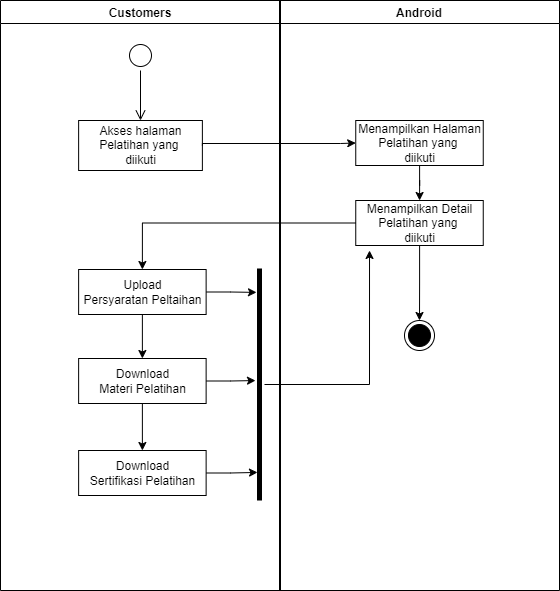
Earlier version of the draw.io export Diagram/activity_diagram/user/user pelatihan yang diikuti.drawio.png (secondline16/ptsuryasafetynusantara). Source tidied: cells renumbered, new cells last; positions are measured from the earlier drawing's top-left corner, leaving out a move shared by most shapes. Its diagram source:
```xml
<mxGraphModel>
  <root>
    <mxCell id="0" />
    <mxCell id="1" parent="0" />
    <mxCell id="2" value="Android" style="swimlane;fillColor=none;startSize=23;" parent="1" vertex="1">
      <mxGeometry x="279" width="280" height="590" as="geometry" />
    </mxCell>
    <mxCell id="3" style="edgeStyle=orthogonalEdgeStyle;rounded=0;jettySize=auto;html=1;" parent="2" edge="1" source="4" target="7">
      <mxGeometry relative="1" as="geometry" />
    </mxCell>
    <mxCell id="4" value="Menampilkan Halaman&lt;br&gt;Pelatihan yang&amp;nbsp;&lt;br&gt;diikuti" style="html=1;strokeColor=#000000;fillColor=default;" parent="2" vertex="1">
      <mxGeometry x="76.2" y="120" width="127.5" height="45" as="geometry" />
    </mxCell>
    <mxCell id="5" style="ellipse;html=1;shape=endState;fillColor=#000000;strokeColor=#000000;" parent="2" vertex="1">
      <mxGeometry x="125" y="320" width="30" height="30" as="geometry" />
    </mxCell>
    <mxCell id="6" style="edgeStyle=orthogonalEdgeStyle;rounded=0;jettySize=auto;html=1;entryX=0.5;entryY=0;entryDx=0;entryDy=0;" parent="2" edge="1" source="7" target="5">
      <mxGeometry relative="1" as="geometry" />
    </mxCell>
    <mxCell id="7" value="Menampilkan Detail&lt;br&gt;Pelatihan yang&amp;nbsp;&lt;br&gt;diikuti" style="html=1;strokeColor=#000000;fillColor=default;" parent="2" vertex="1">
      <mxGeometry x="76.2" y="200" width="127.5" height="45" as="geometry" />
    </mxCell>
    <mxCell id="8" value="Customers" style="swimlane;fillColor=none;" parent="1" vertex="1">
      <mxGeometry width="280" height="590" as="geometry" />
    </mxCell>
    <mxCell id="9" style="ellipse;html=1;shape=startState;fillColor=default;strokeColor=#000000;" parent="8" vertex="1">
      <mxGeometry x="125" y="40" width="30" height="30" as="geometry" />
    </mxCell>
    <mxCell id="10" style="edgeStyle=orthogonalEdgeStyle;html=1;verticalAlign=bottom;endArrow=open;endSize=8;strokeColor=#000000;rounded=0;" parent="8" edge="1" source="9">
      <mxGeometry relative="1" as="geometry">
        <mxPoint x="140" y="120" as="targetPoint" />
      </mxGeometry>
    </mxCell>
    <mxCell id="11" value="Akses halaman&lt;br&gt;Pelatihan yang&amp;nbsp;&lt;br&gt;diikuti" style="html=1;strokeColor=#000000;fillColor=default;" parent="8" vertex="1">
      <mxGeometry x="78.1" y="120" width="123.8" height="50" as="geometry" />
    </mxCell>
    <mxCell id="12" style="edgeStyle=orthogonalEdgeStyle;rounded=0;jettySize=auto;html=1;" parent="8" edge="1" source="14" target="17">
      <mxGeometry relative="1" as="geometry" />
    </mxCell>
    <mxCell id="13" style="edgeStyle=orthogonalEdgeStyle;rounded=0;jettySize=auto;html=1;entryX=0.103;entryY=0.8;entryDx=0;entryDy=0;entryPerimeter=0;" parent="8" edge="1" source="14" target="20">
      <mxGeometry relative="1" as="geometry" />
    </mxCell>
    <mxCell id="14" value="Upload&lt;br&gt;Persyaratan Peltaihan" style="html=1;strokeColor=#000000;fillColor=default;" parent="8" vertex="1">
      <mxGeometry x="78.1" y="269" width="127.5" height="45" as="geometry" />
    </mxCell>
    <mxCell id="15" style="edgeStyle=orthogonalEdgeStyle;rounded=0;jettySize=auto;html=1;" parent="8" edge="1" source="17" target="19">
      <mxGeometry relative="1" as="geometry" />
    </mxCell>
    <mxCell id="16" style="edgeStyle=orthogonalEdgeStyle;rounded=0;jettySize=auto;html=1;entryX=0.483;entryY=0.9;entryDx=0;entryDy=0;entryPerimeter=0;" parent="8" edge="1" source="17" target="20">
      <mxGeometry relative="1" as="geometry" />
    </mxCell>
    <mxCell id="17" value="Download&lt;br&gt;Materi Pelatihan" style="html=1;strokeColor=#000000;fillColor=default;" parent="8" vertex="1">
      <mxGeometry x="78.1" y="358" width="127.5" height="45" as="geometry" />
    </mxCell>
    <mxCell id="18" style="edgeStyle=orthogonalEdgeStyle;rounded=0;jettySize=auto;html=1;entryX=0.879;entryY=0.7;entryDx=0;entryDy=0;entryPerimeter=0;" parent="8" edge="1" source="19" target="20">
      <mxGeometry relative="1" as="geometry" />
    </mxCell>
    <mxCell id="19" value="Download&lt;br&gt;Sertifikasi Pelatihan" style="html=1;strokeColor=#000000;fillColor=default;" parent="8" vertex="1">
      <mxGeometry x="78.1" y="450" width="127.5" height="45" as="geometry" />
    </mxCell>
    <mxCell id="20" style="line;strokeWidth=5;html=1;direction=south;gradientColor=default;" parent="8" vertex="1">
      <mxGeometry x="254" y="268" width="10" height="232" as="geometry" />
    </mxCell>
    <mxCell id="21" style="edgeStyle=orthogonalEdgeStyle;rounded=0;jettySize=auto;html=1;exitX=1;exitY=0.5;exitDx=0;exitDy=0;strokeColor=#000000;entryX=0;entryY=0.5;entryDx=0;entryDy=0;" parent="1" edge="1" source="11" target="4">
      <mxGeometry relative="1" as="geometry">
        <Array as="points">
          <mxPoint x="340" y="143" />
          <mxPoint x="350" y="143" />
        </Array>
      </mxGeometry>
    </mxCell>
    <mxCell id="22" style="edgeStyle=orthogonalEdgeStyle;rounded=0;jettySize=auto;html=1;entryX=0.5;entryY=0;entryDx=0;entryDy=0;" parent="1" edge="1" source="7" target="14">
      <mxGeometry relative="1" as="geometry" />
    </mxCell>
    <mxCell id="23" style="edgeStyle=orthogonalEdgeStyle;rounded=0;jettySize=auto;html=1;entryX=0.108;entryY=1.111;entryDx=0;entryDy=0;entryPerimeter=0;" parent="1" edge="1" source="20" target="7">
      <mxGeometry relative="1" as="geometry" />
    </mxCell>
  </root>
</mxGraphModel>
```
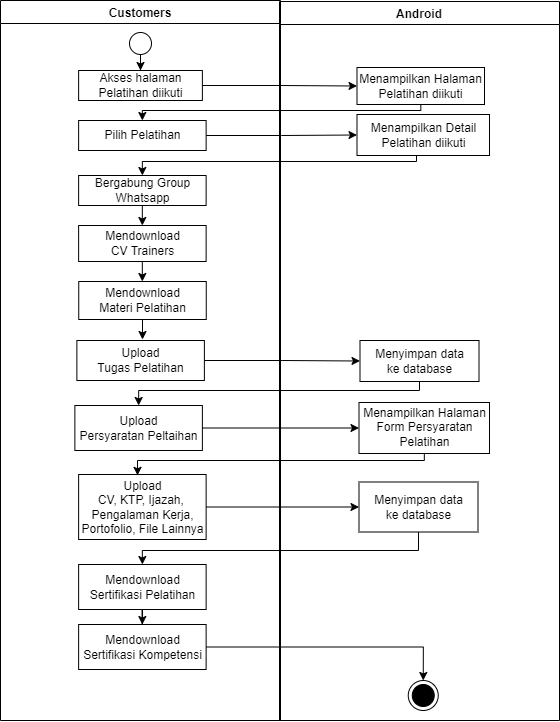
After the change.

Diff of the diagram source:
```diff
@@ -3,77 +3,134 @@
     <mxCell id="0" />
     <mxCell id="1" parent="0" />
     <mxCell id="2" value="Android" style="swimlane;fillColor=none;startSize=23;" parent="1" vertex="1">
-      <mxGeometry x="279" width="280" height="590" as="geometry" />
+      <mxGeometry x="279" y="1" width="280" height="719" as="geometry" />
     </mxCell>
-    <mxCell id="3" style="edgeStyle=orthogonalEdgeStyle;rounded=0;jettySize=auto;html=1;" parent="2" edge="1" source="4" target="7">
-      <mxGeometry relative="1" as="geometry" />
-    </mxCell>
-    <mxCell id="4" value="Menampilkan Halaman&lt;br&gt;Pelatihan yang&amp;nbsp;&lt;br&gt;diikuti" style="html=1;strokeColor=#000000;fillColor=default;" parent="2" vertex="1">
-      <mxGeometry x="76.2" y="120" width="127.5" height="45" as="geometry" />
+    <mxCell id="4" value="Menampilkan Halaman&lt;br&gt;Pelatihan&amp;nbsp;diikuti" style="html=1;strokeColor=#000000;fillColor=default;" parent="2" vertex="1">
+      <mxGeometry x="77.5" y="66" width="127.5" height="37" as="geometry" />
     </mxCell>
     <mxCell id="5" style="ellipse;html=1;shape=endState;fillColor=#000000;strokeColor=#000000;" parent="2" vertex="1">
-      <mxGeometry x="125" y="320" width="30" height="30" as="geometry" />
+      <mxGeometry x="128.8" y="679" width="30" height="30" as="geometry" />
     </mxCell>
-    <mxCell id="6" style="edgeStyle=orthogonalEdgeStyle;rounded=0;jettySize=auto;html=1;entryX=0.5;entryY=0;entryDx=0;entryDy=0;" parent="2" edge="1" source="7" target="5">
-      <mxGeometry relative="1" as="geometry" />
-    </mxCell>
-    <mxCell id="7" value="Menampilkan Detail&lt;br&gt;Pelatihan yang&amp;nbsp;&lt;br&gt;diikuti" style="html=1;strokeColor=#000000;fillColor=default;" parent="2" vertex="1">
-      <mxGeometry x="76.2" y="200" width="127.5" height="45" as="geometry" />
+    <mxCell id="7" value="Menampilkan Detail&lt;br&gt;Pelatihan&amp;nbsp;diikuti" style="html=1;strokeColor=#000000;fillColor=default;" parent="2" vertex="1">
+      <mxGeometry x="77.5" y="113" width="132.5" height="41" as="geometry" />
     </mxCell>
+    <mxCell id="24" value="Menyimpan data&lt;br&gt;ke database" style="html=1;strokeColor=#000000;fillColor=default;" parent="2" vertex="1">
+      <mxGeometry x="79.5" y="480.5" width="119" height="50" as="geometry" />
+    </mxCell>
+    <mxCell id="25" value="Menyimpan data&lt;br&gt;ke database" style="html=1;strokeColor=#000000;fillColor=default;" parent="2" vertex="1">
+      <mxGeometry x="80.5" y="339" width="119" height="41" as="geometry" />
+    </mxCell>
+    <mxCell id="26" value="Menampilkan Halaman&lt;br&gt;Form Persyaratan&lt;br&gt;Pelatihan" style="html=1;strokeColor=#000000;fillColor=default;" parent="2" vertex="1">
+      <mxGeometry x="79.5" y="401" width="130.5" height="51" as="geometry" />
+    </mxCell>
     <mxCell id="8" value="Customers" style="swimlane;fillColor=none;" parent="1" vertex="1">
-      <mxGeometry width="280" height="590" as="geometry" />
+      <mxGeometry width="280" height="720" as="geometry" />
     </mxCell>
+    <mxCell id="27" style="edgeStyle=orthogonalEdgeStyle;rounded=0;jettySize=auto;html=1;entryX=0.5;entryY=0;entryDx=0;entryDy=0;" parent="8" edge="1" source="9" target="11">
+      <mxGeometry relative="1" as="geometry" />
+    </mxCell>
     <mxCell id="9" style="ellipse;html=1;shape=startState;fillColor=default;strokeColor=#000000;" parent="8" vertex="1">
-      <mxGeometry x="125" y="40" width="30" height="30" as="geometry" />
+      <mxGeometry x="125" y="28" width="30" height="30" as="geometry" />
     </mxCell>
-    <mxCell id="10" style="edgeStyle=orthogonalEdgeStyle;html=1;verticalAlign=bottom;endArrow=open;endSize=8;strokeColor=#000000;rounded=0;" parent="8" edge="1" source="9">
-      <mxGeometry relative="1" as="geometry">
-        <mxPoint x="140" y="120" as="targetPoint" />
-      </mxGeometry>
-    </mxCell>
-    <mxCell id="11" value="Akses halaman&lt;br&gt;Pelatihan yang&amp;nbsp;&lt;br&gt;diikuti" style="html=1;strokeColor=#000000;fillColor=default;" parent="8" vertex="1">
-      <mxGeometry x="78.1" y="120" width="123.8" height="50" as="geometry" />
+    <mxCell id="11" value="Akses halaman&lt;br&gt;Pelatihan diikuti" style="html=1;strokeColor=#000000;fillColor=default;" parent="8" vertex="1">
+      <mxGeometry x="78.1" y="70" width="123.8" height="30" as="geometry" />
     </mxCell>
-    <mxCell id="12" style="edgeStyle=orthogonalEdgeStyle;rounded=0;jettySize=auto;html=1;" parent="8" edge="1" source="14" target="17">
-      <mxGeometry relative="1" as="geometry" />
-    </mxCell>
-    <mxCell id="13" style="edgeStyle=orthogonalEdgeStyle;rounded=0;jettySize=auto;html=1;entryX=0.103;entryY=0.8;entryDx=0;entryDy=0;entryPerimeter=0;" parent="8" edge="1" source="14" target="20">
-      <mxGeometry relative="1" as="geometry" />
-    </mxCell>
+    <mxCell id="19" value="Upload&lt;br&gt;Persyaratan Peltaihan" style="html=1;strokeColor=#000000;fillColor=default;" parent="8" vertex="1">
+      <mxGeometry x="74.4" y="405" width="127.5" height="45" as="geometry" />
+    </mxCell>
+    <mxCell id="28" value="Upload&lt;br&gt;CV, KTP, Ijazah, &lt;br&gt;Pengalaman Kerja,&lt;br&gt;Portofolio, File Lainnya" style="html=1;strokeColor=#000000;fillColor=default;" parent="8" vertex="1">
+      <mxGeometry x="78.1" y="474" width="127.5" height="65" as="geometry" />
+    </mxCell>
+    <mxCell id="29" value="Pilih Pelatihan" style="html=1;strokeColor=#000000;fillColor=default;" parent="8" vertex="1">
+      <mxGeometry x="78.1" y="120" width="127.5" height="30" as="geometry" />
+    </mxCell>
+    <mxCell id="30" style="edgeStyle=orthogonalEdgeStyle;rounded=0;jettySize=auto;html=1;entryX=0.5;entryY=0;entryDx=0;entryDy=0;" parent="8" edge="1" source="31" target="33">
+      <mxGeometry relative="1" as="geometry" />
+    </mxCell>
+    <mxCell id="31" value="Bergabung Group&lt;br&gt;Whatsapp" style="html=1;strokeColor=#000000;fillColor=default;" parent="8" vertex="1">
+      <mxGeometry x="78.1" y="175" width="127.5" height="30" as="geometry" />
+    </mxCell>
+    <mxCell id="32" style="edgeStyle=orthogonalEdgeStyle;rounded=0;jettySize=auto;html=1;entryX=0.5;entryY=0;entryDx=0;entryDy=0;" parent="8" edge="1" source="33" target="14">
+      <mxGeometry relative="1" as="geometry" />
+    </mxCell>
+    <mxCell id="33" value="Mendownload&lt;br&gt;CV Trainers" style="html=1;strokeColor=#000000;fillColor=default;" parent="8" vertex="1">
+      <mxGeometry x="78.1" y="225" width="127.5" height="36" as="geometry" />
+    </mxCell>
+    <mxCell id="34" style="edgeStyle=orthogonalEdgeStyle;rounded=0;jettySize=auto;html=1;entryX=0.509;entryY=-0.027;entryDx=0;entryDy=0;entryPerimeter=0;" parent="8" edge="1" source="14" target="35">
+      <mxGeometry relative="1" as="geometry" />
+    </mxCell>
-    <mxCell id="14" value="Upload&lt;br&gt;Persyaratan Peltaihan" style="html=1;strokeColor=#000000;fillColor=default;" parent="8" vertex="1">
-      <mxGeometry x="78.1" y="269" width="127.5" height="45" as="geometry" />
+    <mxCell id="14" value="Mendownload&lt;br&gt;Materi Pelatihan" style="html=1;strokeColor=#000000;fillColor=default;" parent="8" vertex="1">
+      <mxGeometry x="78.2" y="281" width="127.5" height="38" as="geometry" />
     </mxCell>
-    <mxCell id="15" style="edgeStyle=orthogonalEdgeStyle;rounded=0;jettySize=auto;html=1;" parent="8" edge="1" source="17" target="19">
-      <mxGeometry relative="1" as="geometry" />
-    </mxCell>
-    <mxCell id="16" style="edgeStyle=orthogonalEdgeStyle;rounded=0;jettySize=auto;html=1;entryX=0.483;entryY=0.9;entryDx=0;entryDy=0;entryPerimeter=0;" parent="8" edge="1" source="17" target="20">
-      <mxGeometry relative="1" as="geometry" />
-    </mxCell>
+    <mxCell id="35" value="Upload&lt;br&gt;Tugas Pelatihan" style="html=1;strokeColor=#000000;fillColor=default;" parent="8" vertex="1">
+      <mxGeometry x="76.4" y="340" width="127.5" height="40" as="geometry" />
+    </mxCell>
+    <mxCell id="36" style="edgeStyle=orthogonalEdgeStyle;rounded=0;jettySize=auto;html=1;" parent="8" edge="1" source="17" target="37">
+      <mxGeometry relative="1" as="geometry" />
+    </mxCell>
-    <mxCell id="17" value="Download&lt;br&gt;Materi Pelatihan" style="html=1;strokeColor=#000000;fillColor=default;" parent="8" vertex="1">
-      <mxGeometry x="78.1" y="358" width="127.5" height="45" as="geometry" />
+    <mxCell id="17" value="Mendownload&lt;br&gt;Sertifikasi Pelatihan" style="html=1;strokeColor=#000000;fillColor=default;" parent="8" vertex="1">
+      <mxGeometry x="78.1" y="564" width="127.5" height="45" as="geometry" />
     </mxCell>
-    <mxCell id="18" style="edgeStyle=orthogonalEdgeStyle;rounded=0;jettySize=auto;html=1;entryX=0.879;entryY=0.7;entryDx=0;entryDy=0;entryPerimeter=0;" parent="8" edge="1" source="19" target="20">
-      <mxGeometry relative="1" as="geometry" />
-    </mxCell>
-    <mxCell id="19" value="Download&lt;br&gt;Sertifikasi Pelatihan" style="html=1;strokeColor=#000000;fillColor=default;" parent="8" vertex="1">
-      <mxGeometry x="78.1" y="450" width="127.5" height="45" as="geometry" />
-    </mxCell>
-    <mxCell id="20" style="line;strokeWidth=5;html=1;direction=south;gradientColor=default;" parent="8" vertex="1">
-      <mxGeometry x="254" y="268" width="10" height="232" as="geometry" />
-    </mxCell>
+    <mxCell id="37" value="Mendownload&lt;br&gt;Sertifikasi Kompetensi" style="html=1;strokeColor=#000000;fillColor=default;" parent="8" vertex="1">
+      <mxGeometry x="78.1" y="624" width="127.5" height="45" as="geometry" />
+    </mxCell>
+    <mxCell id="38" style="edgeStyle=orthogonalEdgeStyle;rounded=0;jettySize=auto;html=1;entryX=0;entryY=0.5;entryDx=0;entryDy=0;" parent="1" edge="1" source="28" target="24">
+      <mxGeometry relative="1" as="geometry" />
+    </mxCell>
-    <mxCell id="21" style="edgeStyle=orthogonalEdgeStyle;rounded=0;jettySize=auto;html=1;exitX=1;exitY=0.5;exitDx=0;exitDy=0;strokeColor=#000000;entryX=0;entryY=0.5;entryDx=0;entryDy=0;" parent="1" edge="1" source="11" target="4">
-      <mxGeometry relative="1" as="geometry">
-        <Array as="points">
-          <mxPoint x="340" y="143" />
-          <mxPoint x="350" y="143" />
-        </Array>
-      </mxGeometry>
+    <mxCell id="21" style="edgeStyle=orthogonalEdgeStyle;rounded=0;jettySize=auto;html=1;entryX=0;entryY=0.5;entryDx=0;entryDy=0;" parent="1" edge="1" source="11" target="4">
+      <mxGeometry relative="1" as="geometry" />
     </mxCell>
-    <mxCell id="22" style="edgeStyle=orthogonalEdgeStyle;rounded=0;jettySize=auto;html=1;entryX=0.5;entryY=0;entryDx=0;entryDy=0;" parent="1" edge="1" source="7" target="14">
-      <mxGeometry relative="1" as="geometry" />
-    </mxCell>
-    <mxCell id="23" style="edgeStyle=orthogonalEdgeStyle;rounded=0;jettySize=auto;html=1;entryX=0.108;entryY=1.111;entryDx=0;entryDy=0;entryPerimeter=0;" parent="1" edge="1" source="20" target="7">
-      <mxGeometry relative="1" as="geometry" />
-    </mxCell>
+    <mxCell id="39" style="edgeStyle=orthogonalEdgeStyle;rounded=0;jettySize=auto;html=1;entryX=0.5;entryY=0;entryDx=0;entryDy=0;" parent="1" edge="1" source="4" target="29">
+      <mxGeometry relative="1" as="geometry">
+        <Array as="points">
+          <mxPoint x="420" y="110" />
+          <mxPoint x="142" y="110" />
+        </Array>
+      </mxGeometry>
+    </mxCell>
+    <mxCell id="40" style="edgeStyle=orthogonalEdgeStyle;rounded=0;jettySize=auto;html=1;entryX=0;entryY=0.5;entryDx=0;entryDy=0;" parent="1" edge="1" source="29" target="7">
+      <mxGeometry relative="1" as="geometry" />
+    </mxCell>
+    <mxCell id="41" style="edgeStyle=orthogonalEdgeStyle;rounded=0;jettySize=auto;html=1;entryX=0.5;entryY=0;entryDx=0;entryDy=0;exitX=0.5;exitY=1;exitDx=0;exitDy=0;" parent="1" edge="1" source="7" target="31">
+      <mxGeometry relative="1" as="geometry">
+        <Array as="points">
+          <mxPoint x="416" y="161" />
+          <mxPoint x="142" y="160" />
+        </Array>
+      </mxGeometry>
+    </mxCell>
+    <mxCell id="42" style="edgeStyle=orthogonalEdgeStyle;rounded=0;jettySize=auto;html=1;entryX=0;entryY=0.5;entryDx=0;entryDy=0;" parent="1" edge="1" source="35" target="25">
+      <mxGeometry relative="1" as="geometry" />
+    </mxCell>
+    <mxCell id="43" style="edgeStyle=orthogonalEdgeStyle;rounded=0;jettySize=auto;html=1;entryX=0.5;entryY=0;entryDx=0;entryDy=0;" parent="1" edge="1" source="25" target="19">
+      <mxGeometry relative="1" as="geometry">
+        <Array as="points">
+          <mxPoint x="419" y="390" />
+          <mxPoint x="138" y="390" />
+        </Array>
+      </mxGeometry>
+    </mxCell>
+    <mxCell id="44" style="edgeStyle=orthogonalEdgeStyle;rounded=0;jettySize=auto;html=1;" parent="1" edge="1" source="19" target="26">
+      <mxGeometry relative="1" as="geometry" />
+    </mxCell>
+    <mxCell id="45" style="edgeStyle=orthogonalEdgeStyle;rounded=0;jettySize=auto;html=1;entryX=0.462;entryY=0.013;entryDx=0;entryDy=0;entryPerimeter=0;" parent="1" edge="1" source="26" target="28">
+      <mxGeometry relative="1" as="geometry">
+        <Array as="points">
+          <mxPoint x="424" y="460" />
+          <mxPoint x="137" y="460" />
+        </Array>
+      </mxGeometry>
+    </mxCell>
+    <mxCell id="46" style="edgeStyle=orthogonalEdgeStyle;rounded=0;jettySize=auto;html=1;entryX=0.5;entryY=0;entryDx=0;entryDy=0;" parent="1" edge="1" source="24" target="17">
+      <mxGeometry relative="1" as="geometry">
+        <Array as="points">
+          <mxPoint x="418" y="550" />
+          <mxPoint x="142" y="550" />
+        </Array>
+      </mxGeometry>
+    </mxCell>
+    <mxCell id="47" style="edgeStyle=orthogonalEdgeStyle;rounded=0;jettySize=auto;html=1;entryX=0.5;entryY=0;entryDx=0;entryDy=0;" parent="1" edge="1" source="37" target="5">
+      <mxGeometry relative="1" as="geometry" />
+    </mxCell>
   </root>
 </mxGraphModel>
```
